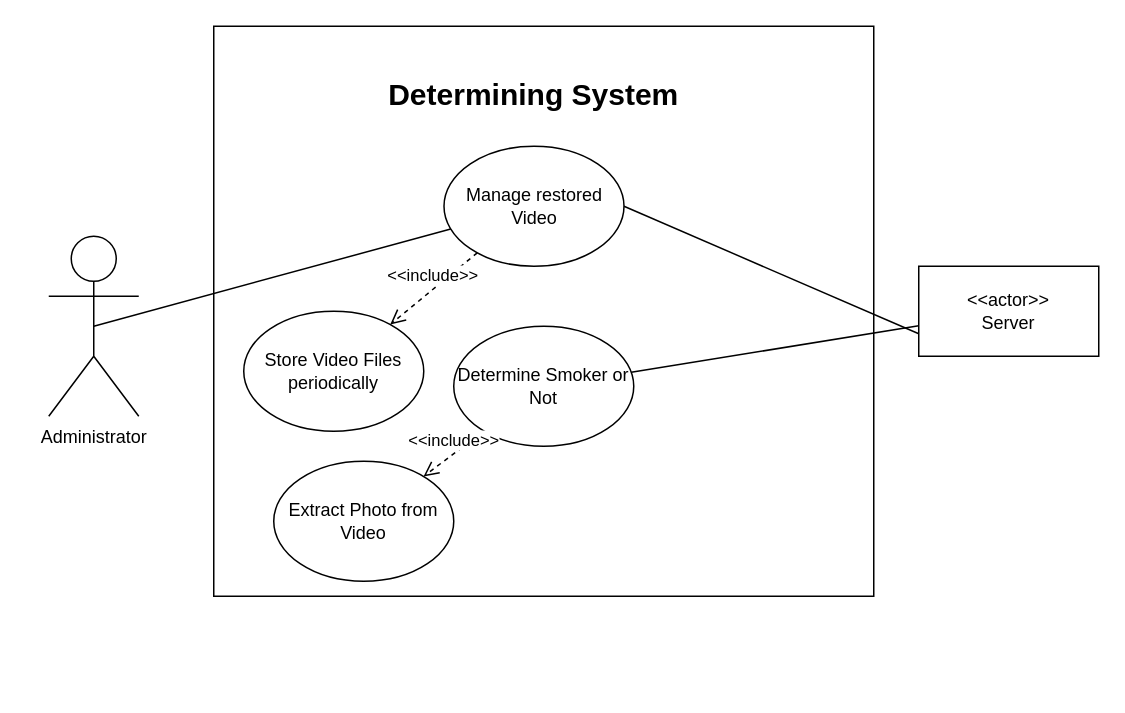
Above: UseCase1.drawio in sogongteam14/doc (draw.io), before the change. Source tidied: cells renumbered, new cells numbered last; positions are measured from the earlier drawing's top-left corner, leaving out a move shared by most shapes. Both pictures are drawn from the tidied source at 150%, with x=0, y=0 at pixel (48, 26).
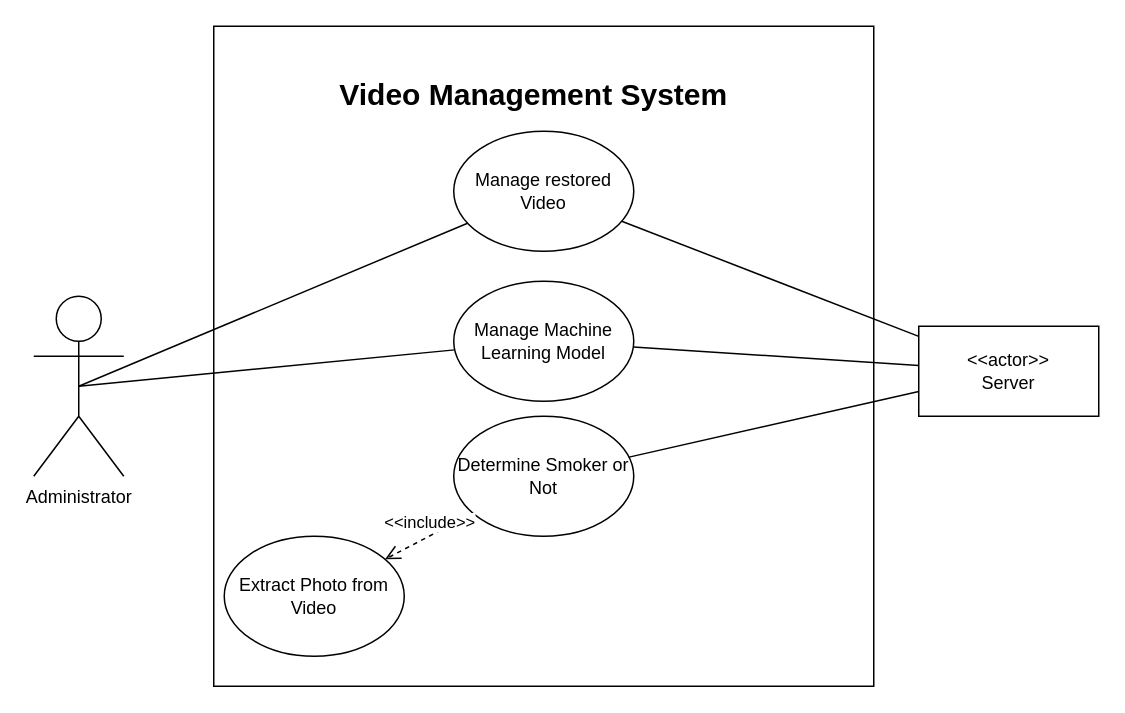
The same diagram, later.

The edit, as a diff of the source:
```diff
@@
 <mxGraphModel>
   <root>
     <mxCell id="0" />
     <mxCell id="1" parent="0" />
     <mxCell id="2" style="rounded=0;whiteSpace=wrap;html=1;" parent="1" vertex="1">
-      <mxGeometry x="110" width="440" height="380" as="geometry" />
+      <mxGeometry x="110" width="440" height="440" as="geometry" />
     </mxCell>
     <mxCell id="3" value="Administrator" style="shape=umlActor;verticalLabelPosition=bottom;labelBackgroundColor=#ffffff;verticalAlign=top;html=1;outlineConnect=0;" parent="1" vertex="1">
-      <mxGeometry y="140" width="60" height="120" as="geometry" />
+      <mxGeometry x="-10" y="180" width="60" height="120" as="geometry" />
     </mxCell>
-    <mxCell id="4" value="&lt;b&gt;&lt;font style=&quot;font-size: 20px&quot;&gt;Determining System&lt;/font&gt;&lt;/b&gt;" style="text;html=1;strokeColor=none;fillColor=none;align=center;verticalAlign=middle;whiteSpace=wrap;rounded=0;" parent="1" vertex="1">
+    <mxCell id="4" value="&lt;b&gt;&lt;font style=&quot;font-size: 20px&quot;&gt;Video Management System&lt;/font&gt;&lt;/b&gt;" style="text;html=1;strokeColor=none;fillColor=none;align=center;verticalAlign=middle;whiteSpace=wrap;rounded=0;" parent="1" vertex="1">
       <mxGeometry x="117" y="10" width="413" height="70" as="geometry" />
     </mxCell>
     <mxCell id="5" value="&lt;div&gt;&amp;lt;&amp;lt;actor&amp;gt;&amp;gt;&lt;/div&gt;&lt;div&gt;Server&lt;br&gt;&lt;/div&gt;" style="rounded=0;whiteSpace=wrap;html=1;" parent="1" vertex="1">
-      <mxGeometry x="580" y="160" width="120" height="60" as="geometry" />
+      <mxGeometry x="580" y="200" width="120" height="60" as="geometry" />
     </mxCell>
     <mxCell id="6" value="Manage restored&lt;br&gt;Video&lt;br&gt;" style="ellipse;whiteSpace=wrap;html=1;" parent="1" vertex="1">
-      <mxGeometry x="263.5" y="80" width="120" height="80" as="geometry" />
+      <mxGeometry x="270" y="70" width="120" height="80" as="geometry" />
     </mxCell>
-    <mxCell id="7" value="Store Video Files&lt;br&gt;periodically&lt;br&gt;" style="ellipse;whiteSpace=wrap;html=1;" parent="1" vertex="1">
-      <mxGeometry x="130" y="190" width="120" height="80" as="geometry" />
-    </mxCell>
-    <mxCell id="8" style="endArrow=none;html=1;entryX=0;entryY=0.75;entryDx=0;entryDy=0;exitX=1;exitY=0.5;exitDx=0;exitDy=0;" parent="1" edge="1" source="6" target="5">
+    <mxCell id="8" style="endArrow=none;html=1;" parent="1" edge="1" source="6" target="5">
       <mxGeometry relative="1" as="geometry" />
     </mxCell>
-    <mxCell id="9" value="&amp;lt;&amp;lt;include&amp;gt;&amp;gt;" style="html=1;verticalAlign=bottom;endArrow=open;dashed=1;endSize=8;" parent="1" edge="1" source="6" target="7">
-      <mxGeometry relative="1" as="geometry" />
-    </mxCell>
     <mxCell id="10" value="Extract Photo from Video" style="ellipse;whiteSpace=wrap;html=1;" parent="1" vertex="1">
-      <mxGeometry x="150" y="290" width="120" height="80" as="geometry" />
+      <mxGeometry x="117" y="340" width="120" height="80" as="geometry" />
     </mxCell>
     <mxCell id="11" style="endArrow=none;html=1;exitX=0.5;exitY=0.5;exitDx=0;exitDy=0;exitPerimeter=0;" parent="1" edge="1" source="3" target="6">
       <mxGeometry relative="1" as="geometry" />
     </mxCell>
     <mxCell id="12" value="Determine Smoker or Not" style="ellipse;whiteSpace=wrap;html=1;" parent="1" vertex="1">
-      <mxGeometry x="270" y="200" width="120" height="80" as="geometry" />
+      <mxGeometry x="270" y="260" width="120" height="80" as="geometry" />
     </mxCell>
     <mxCell id="13" value="&amp;lt;&amp;lt;include&amp;gt;&amp;gt;" style="html=1;verticalAlign=bottom;endArrow=open;dashed=1;endSize=8;" parent="1" edge="1" source="12" target="10">
       <mxGeometry relative="1" as="geometry" />
     </mxCell>
     <mxCell id="14" style="endArrow=none;html=1;" parent="1" edge="1" source="12" target="5">
       <mxGeometry relative="1" as="geometry" />
     </mxCell>
+    <mxCell id="15" value="Manage Machine Learning Model&lt;br&gt;" style="ellipse;whiteSpace=wrap;html=1;" parent="1" vertex="1">
+      <mxGeometry x="270" y="170" width="120" height="80" as="geometry" />
+    </mxCell>
+    <mxCell id="16" style="endArrow=none;html=1;" parent="1" edge="1" source="15" target="5">
+      <mxGeometry relative="1" as="geometry" />
+    </mxCell>
+    <mxCell id="17" style="endArrow=none;html=1;entryX=0.5;entryY=0.5;entryDx=0;entryDy=0;entryPerimeter=0;" parent="1" edge="1" source="15" target="3">
+      <mxGeometry relative="1" as="geometry" />
+    </mxCell>
   </root>
 </mxGraphModel>
```
